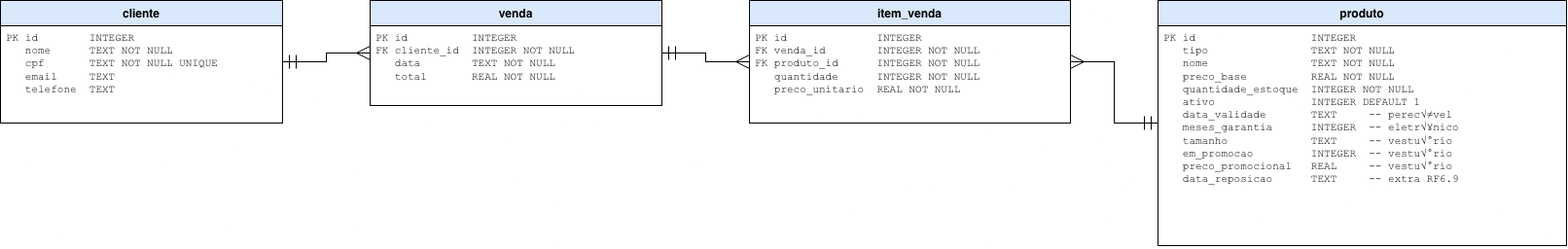
ProjP2/Sistema-Loja keeps this draw.io diagram as docs/Projeto P2-Tabela SQL.drawio.png. Above is the earlier version. Source tidied: cells renumbered, new cells last; positions are measured from the earlier drawing's top-left corner, leaving out a move shared by most shapes.
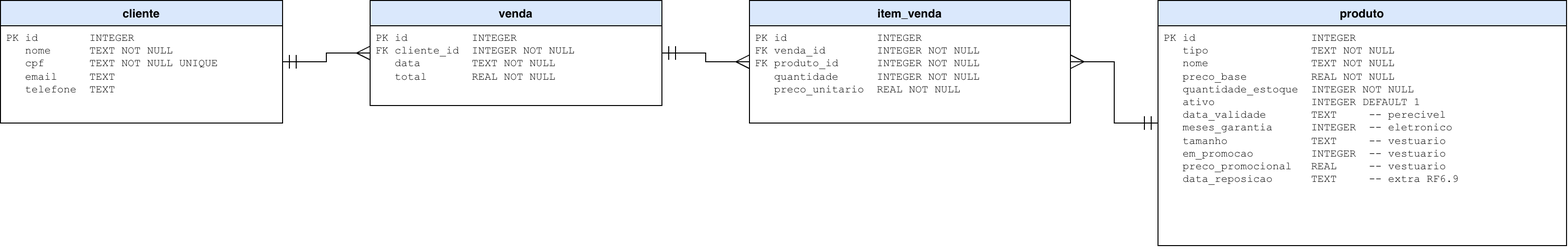
The same diagram one commit later.

Commit message:
Atualiza UML com agregação e corrige tabelas

Change to the diagram source:
```diff
@@ -23,7 +23,7 @@
     <mxCell id="8" value="&lt;b&gt;produto&lt;/b&gt;" style="swimlane;fontStyle=1;align=center;verticalAlign=top;horizontal=1;startSize=26;whiteSpace=wrap;html=1;fillColor=#dae8fc;swimlaneFillColor=#ffffff;" parent="1" vertex="1">
       <mxGeometry x="1190" width="420" height="252" as="geometry" />
     </mxCell>
-    <mxCell id="9" value="PK&amp;nbsp;id&amp;nbsp;&amp;nbsp;&amp;nbsp;&amp;nbsp;&amp;nbsp;&amp;nbsp;&amp;nbsp;&amp;nbsp;&amp;nbsp;&amp;nbsp;&amp;nbsp;&amp;nbsp;&amp;nbsp;&amp;nbsp;&amp;nbsp;&amp;nbsp;&amp;nbsp;&amp;nbsp;INTEGER&lt;br&gt;&amp;nbsp;&amp;nbsp;&amp;nbsp;tipo&amp;nbsp;&amp;nbsp;&amp;nbsp;&amp;nbsp;&amp;nbsp;&amp;nbsp;&amp;nbsp;&amp;nbsp;&amp;nbsp;&amp;nbsp;&amp;nbsp;&amp;nbsp;&amp;nbsp;&amp;nbsp;&amp;nbsp;&amp;nbsp;TEXT&amp;nbsp;NOT&amp;nbsp;NULL&lt;br&gt;&amp;nbsp;&amp;nbsp;&amp;nbsp;nome&amp;nbsp;&amp;nbsp;&amp;nbsp;&amp;nbsp;&amp;nbsp;&amp;nbsp;&amp;nbsp;&amp;nbsp;&amp;nbsp;&amp;nbsp;&amp;nbsp;&amp;nbsp;&amp;nbsp;&amp;nbsp;&amp;nbsp;&amp;nbsp;TEXT&amp;nbsp;NOT&amp;nbsp;NULL&lt;br&gt;&amp;nbsp;&amp;nbsp;&amp;nbsp;preco_base&amp;nbsp;&amp;nbsp;&amp;nbsp;&amp;nbsp;&amp;nbsp;&amp;nbsp;&amp;nbsp;&amp;nbsp;&amp;nbsp;&amp;nbsp;REAL&amp;nbsp;NOT&amp;nbsp;NULL&lt;br&gt;&amp;nbsp;&amp;nbsp;&amp;nbsp;quantidade_estoque&amp;nbsp;&amp;nbsp;INTEGER&amp;nbsp;NOT&amp;nbsp;NULL&lt;br&gt;&amp;nbsp;&amp;nbsp;&amp;nbsp;ativo&amp;nbsp;&amp;nbsp;&amp;nbsp;&amp;nbsp;&amp;nbsp;&amp;nbsp;&amp;nbsp;&amp;nbsp;&amp;nbsp;&amp;nbsp;&amp;nbsp;&amp;nbsp;&amp;nbsp;&amp;nbsp;&amp;nbsp;INTEGER&amp;nbsp;DEFAULT&amp;nbsp;1&lt;br&gt;&amp;nbsp;&amp;nbsp;&amp;nbsp;data_validade&amp;nbsp;&amp;nbsp;&amp;nbsp;&amp;nbsp;&amp;nbsp;&amp;nbsp;&amp;nbsp;TEXT&amp;nbsp;&amp;nbsp;&amp;nbsp;&amp;nbsp;&amp;nbsp;--&amp;nbsp;perec√≠vel&lt;br&gt;&amp;nbsp;&amp;nbsp;&amp;nbsp;meses_garantia&amp;nbsp;&amp;nbsp;&amp;nbsp;&amp;nbsp;&amp;nbsp;&amp;nbsp;INTEGER&amp;nbsp;&amp;nbsp;--&amp;nbsp;eletr√¥nico&lt;br&gt;&amp;nbsp;&amp;nbsp;&amp;nbsp;tamanho&amp;nbsp;&amp;nbsp;&amp;nbsp;&amp;nbsp;&amp;nbsp;&amp;nbsp;&amp;nbsp;&amp;nbsp;&amp;nbsp;&amp;nbsp;&amp;nbsp;&amp;nbsp;&amp;nbsp;TEXT&amp;nbsp;&amp;nbsp;&amp;nbsp;&amp;nbsp;&amp;nbsp;--&amp;nbsp;vestu√°rio&lt;br&gt;&amp;nbsp;&amp;nbsp;&amp;nbsp;em_promocao&amp;nbsp;&amp;nbsp;&amp;nbsp;&amp;nbsp;&amp;nbsp;&amp;nbsp;&amp;nbsp;&amp;nbsp;&amp;nbsp;INTEGER&amp;nbsp;&amp;nbsp;--&amp;nbsp;vestu√°rio&lt;br&gt;&amp;nbsp;&amp;nbsp;&amp;nbsp;preco_promocional&amp;nbsp;&amp;nbsp;&amp;nbsp;REAL&amp;nbsp;&amp;nbsp;&amp;nbsp;&amp;nbsp;&amp;nbsp;--&amp;nbsp;vestu√°rio&lt;br&gt;&amp;nbsp;&amp;nbsp;&amp;nbsp;data_reposicao&amp;nbsp;&amp;nbsp;&amp;nbsp;&amp;nbsp;&amp;nbsp;&amp;nbsp;TEXT&amp;nbsp;&amp;nbsp;&amp;nbsp;&amp;nbsp;&amp;nbsp;--&amp;nbsp;extra&amp;nbsp;RF6.9" style="text;strokeColor=none;fillColor=none;align=left;verticalAlign=top;spacingLeft=4;spacingRight=4;overflow=hidden;whiteSpace=wrap;html=1;fontFamily=Courier New;fontSize=11;" parent="8" vertex="1">
+    <mxCell id="9" value="PK&amp;nbsp;id&amp;nbsp;&amp;nbsp;&amp;nbsp;&amp;nbsp;&amp;nbsp;&amp;nbsp;&amp;nbsp;&amp;nbsp;&amp;nbsp;&amp;nbsp;&amp;nbsp;&amp;nbsp;&amp;nbsp;&amp;nbsp;&amp;nbsp;&amp;nbsp;&amp;nbsp;&amp;nbsp;INTEGER&lt;br&gt;&amp;nbsp;&amp;nbsp;&amp;nbsp;tipo&amp;nbsp;&amp;nbsp;&amp;nbsp;&amp;nbsp;&amp;nbsp;&amp;nbsp;&amp;nbsp;&amp;nbsp;&amp;nbsp;&amp;nbsp;&amp;nbsp;&amp;nbsp;&amp;nbsp;&amp;nbsp;&amp;nbsp;&amp;nbsp;TEXT&amp;nbsp;NOT&amp;nbsp;NULL&lt;br&gt;&amp;nbsp;&amp;nbsp;&amp;nbsp;nome&amp;nbsp;&amp;nbsp;&amp;nbsp;&amp;nbsp;&amp;nbsp;&amp;nbsp;&amp;nbsp;&amp;nbsp;&amp;nbsp;&amp;nbsp;&amp;nbsp;&amp;nbsp;&amp;nbsp;&amp;nbsp;&amp;nbsp;&amp;nbsp;TEXT&amp;nbsp;NOT&amp;nbsp;NULL&lt;br&gt;&amp;nbsp;&amp;nbsp;&amp;nbsp;preco_base&amp;nbsp;&amp;nbsp;&amp;nbsp;&amp;nbsp;&amp;nbsp;&amp;nbsp;&amp;nbsp;&amp;nbsp;&amp;nbsp;&amp;nbsp;REAL&amp;nbsp;NOT&amp;nbsp;NULL&lt;br&gt;&amp;nbsp;&amp;nbsp;&amp;nbsp;quantidade_estoque&amp;nbsp;&amp;nbsp;INTEGER&amp;nbsp;NOT&amp;nbsp;NULL&lt;br&gt;&amp;nbsp;&amp;nbsp;&amp;nbsp;ativo&amp;nbsp;&amp;nbsp;&amp;nbsp;&amp;nbsp;&amp;nbsp;&amp;nbsp;&amp;nbsp;&amp;nbsp;&amp;nbsp;&amp;nbsp;&amp;nbsp;&amp;nbsp;&amp;nbsp;&amp;nbsp;&amp;nbsp;INTEGER&amp;nbsp;DEFAULT&amp;nbsp;1&lt;br&gt;&amp;nbsp;&amp;nbsp;&amp;nbsp;data_validade&amp;nbsp;&amp;nbsp;&amp;nbsp;&amp;nbsp;&amp;nbsp;&amp;nbsp;&amp;nbsp;TEXT&amp;nbsp;&amp;nbsp;&amp;nbsp;&amp;nbsp;&amp;nbsp;--&amp;nbsp;perecivel&lt;br&gt;&amp;nbsp;&amp;nbsp;&amp;nbsp;meses_garantia&amp;nbsp;&amp;nbsp;&amp;nbsp;&amp;nbsp;&amp;nbsp;&amp;nbsp;INTEGER&amp;nbsp;&amp;nbsp;--&amp;nbsp;eletronico&lt;br&gt;&amp;nbsp;&amp;nbsp;&amp;nbsp;tamanho&amp;nbsp;&amp;nbsp;&amp;nbsp;&amp;nbsp;&amp;nbsp;&amp;nbsp;&amp;nbsp;&amp;nbsp;&amp;nbsp;&amp;nbsp;&amp;nbsp;&amp;nbsp;&amp;nbsp;TEXT&amp;nbsp;&amp;nbsp;&amp;nbsp;&amp;nbsp;&amp;nbsp;--&amp;nbsp;vestuario&lt;br&gt;&amp;nbsp;&amp;nbsp;&amp;nbsp;em_promocao&amp;nbsp;&amp;nbsp;&amp;nbsp;&amp;nbsp;&amp;nbsp;&amp;nbsp;&amp;nbsp;&amp;nbsp;&amp;nbsp;INTEGER&amp;nbsp;&amp;nbsp;--&amp;nbsp;vestuario&lt;br&gt;&amp;nbsp;&amp;nbsp;&amp;nbsp;preco_promocional&amp;nbsp;&amp;nbsp;&amp;nbsp;REAL&amp;nbsp;&amp;nbsp;&amp;nbsp;&amp;nbsp;&amp;nbsp;--&amp;nbsp;vestuario&lt;br&gt;&amp;nbsp;&amp;nbsp;&amp;nbsp;data_reposicao&amp;nbsp;&amp;nbsp;&amp;nbsp;&amp;nbsp;&amp;nbsp;&amp;nbsp;TEXT&amp;nbsp;&amp;nbsp;&amp;nbsp;&amp;nbsp;&amp;nbsp;--&amp;nbsp;extra&amp;nbsp;RF6.9" style="text;strokeColor=none;fillColor=none;align=left;verticalAlign=top;spacingLeft=4;spacingRight=4;overflow=hidden;whiteSpace=wrap;html=1;fontFamily=Courier New;fontSize=11;" parent="8" vertex="1">
       <mxGeometry y="26" width="420" height="226" as="geometry" />
     </mxCell>
     <mxCell id="10" style="html=1;rounded=0;edgeStyle=orthogonalEdgeStyle;endSize=12;startSize=12;startArrow=ERmany;endArrow=ERmandOne;" parent="1" edge="1" source="4" target="2">
```
